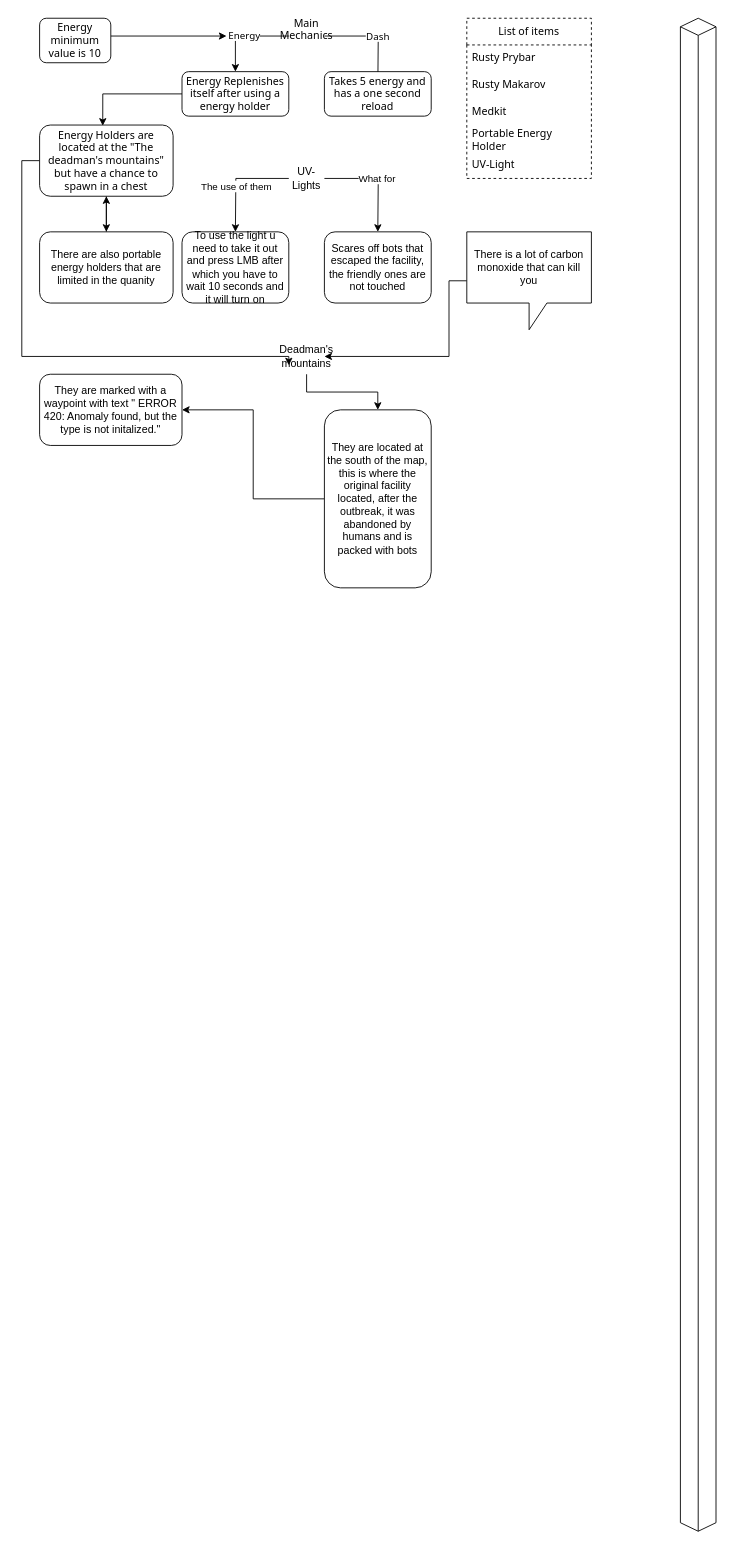
limoncatt/projectsouthdocum keeps this draw.io diagram as ProjectSouth.drawio. Above is the earlier version. Source tidied: cells renumbered, new cells numbered last; positions are measured from the earlier drawing's top-left corner, leaving out a move shared by most shapes. Both pictures are drawn from the tidied source at 89%, with x=0, y=0 at pixel (21, 18).
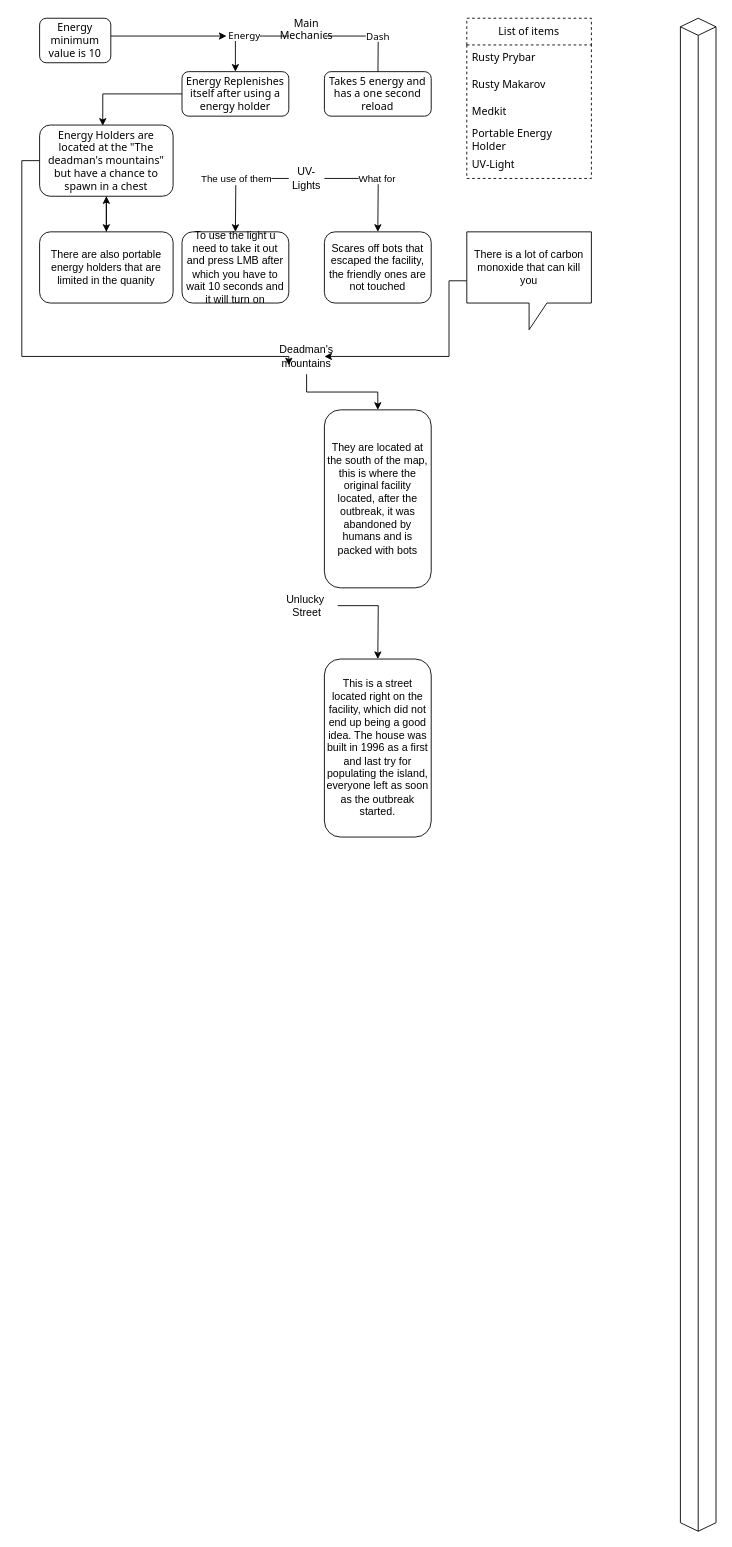
Above is the later version.

The change refers to these unchanged cells:
```xml
<mxCell id="21" style="edgeStyle=orthogonalEdgeStyle;rounded=0;jettySize=auto;html=1;" parent="1" edge="1" source="25">
  <mxGeometry relative="1" as="geometry">
    <mxPoint x="240" y="240" as="targetPoint" />
  </mxGeometry>
</mxCell>
<mxCell id="32" value="They are located at the south of the map, this is where the original facility located, after the outbreak, it was abandoned by humans and is packed with bots" style="rounded=1;whiteSpace=wrap;html=1;" parent="1" vertex="1">
  <mxGeometry x="340" y="440" width="120" height="200" as="geometry" />
</mxCell>
```

The edit, as a diff of the source:
```diff
@@
     <mxCell id="22" value="The use of them" style="edgeLabel;html=1;align=center;verticalAlign=middle;" parent="21" vertex="1">
-      <mxGeometry x="0.14" relative="1" as="geometry" />
+      <mxGeometry x="0.14" relative="1" as="geometry">
+        <mxPoint y="-8" as="offset" />
+      </mxGeometry>
     </mxCell>
@@
-    <mxCell id="31" style="edgeStyle=orthogonalEdgeStyle;rounded=0;jettySize=auto;html=1;" parent="1" edge="1" source="32" target="33">
-      <mxGeometry relative="1" as="geometry" />
-    </mxCell>
@@
-    <mxCell id="33" value="They are marked with a waypoint with text &quot; ERROR 420: Anomaly found, but the type is not initalized.&quot;" style="rounded=1;whiteSpace=wrap;html=1;" parent="1" vertex="1">
-      <mxGeometry x="20" y="400" width="160" height="80" as="geometry" />
-    </mxCell>
@@
+    <mxCell id="36" style="edgeStyle=orthogonalEdgeStyle;rounded=0;jettySize=auto;html=1;" parent="1" edge="1" source="37">
+      <mxGeometry relative="1" as="geometry">
+        <mxPoint x="400" y="720" as="targetPoint" />
+      </mxGeometry>
+    </mxCell>
+    <mxCell id="37" value="Unlucky&amp;nbsp;&lt;div&gt;Street&lt;/div&gt;" style="text;html=1;align=center;verticalAlign=middle;points=[];strokeColor=none;fillColor=none;" parent="1" vertex="1">
+      <mxGeometry x="285" y="640" width="70" height="40" as="geometry" />
+    </mxCell>
+    <mxCell id="38" value="This is a street located right on the facility, which did not end up being a good idea. The house was built in 1996 as a first and last try for populating the island, everyone left as soon as the outbreak started." style="rounded=1;whiteSpace=wrap;html=1;" parent="1" vertex="1">
+      <mxGeometry x="340" y="720" width="120" height="200" as="geometry" />
+    </mxCell>
```
